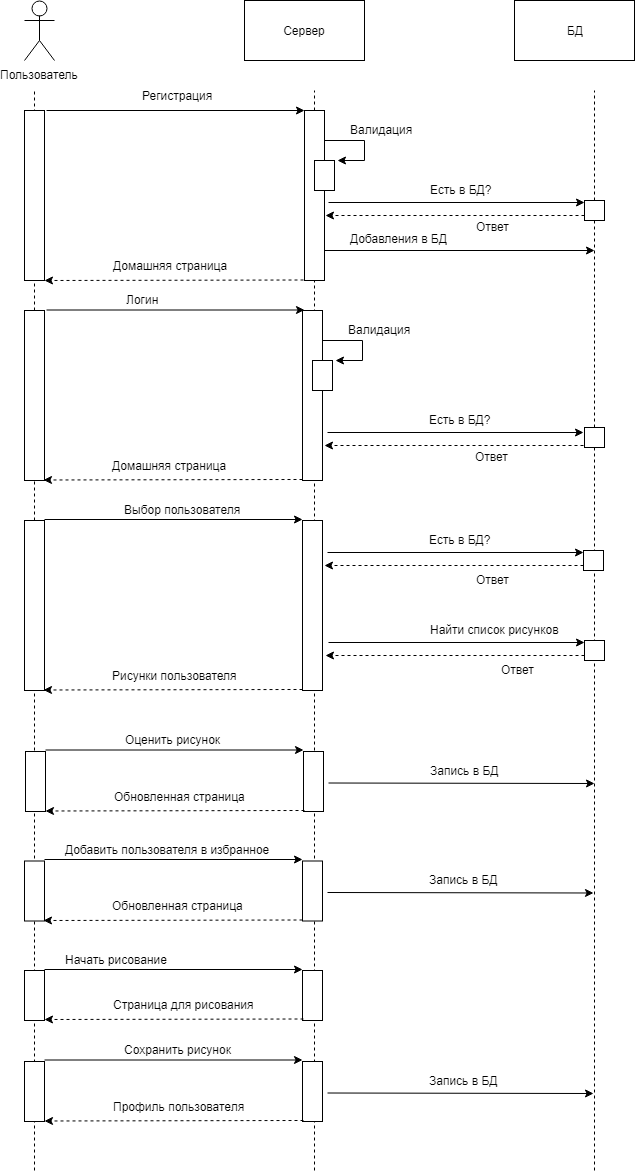
Earlier version of the draw.io export diagrams/sequence/sequence.png (ivancherniak/draw-and-watch). Source tidied: cells renumbered, new cells last; positions are measured from the earlier drawing's top-left corner, leaving out a move shared by most shapes.
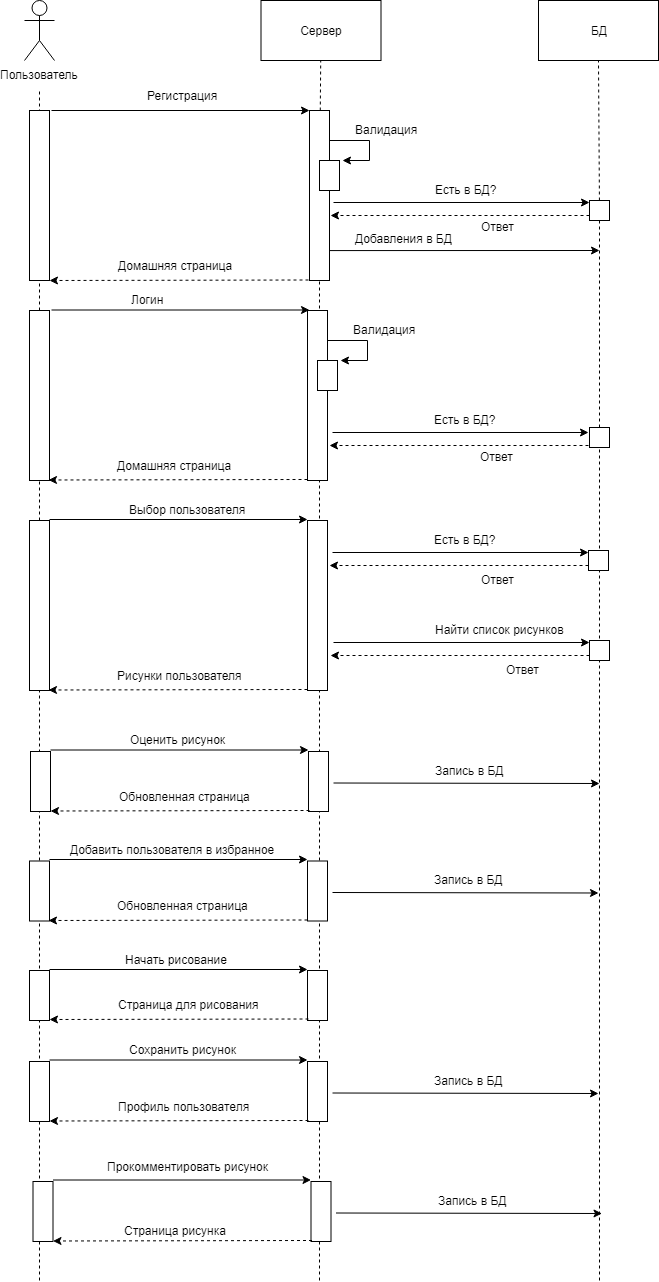
The same diagram one commit later.

The edit, as a diff of the source:
```diff
@@ -3,28 +3,24 @@
     <mxCell id="0" />
     <mxCell id="1" parent="0" />
     <mxCell id="2" value="Пользователь" style="shape=umlActor;verticalLabelPosition=bottom;labelBackgroundColor=#ffffff;verticalAlign=top;html=1;" parent="1" vertex="1">
-      <mxGeometry width="30" height="60" as="geometry" />
+      <mxGeometry x="-5" width="30" height="60" as="geometry" />
     </mxCell>
     <mxCell id="3" value="Сервер" style="rounded=0;whiteSpace=wrap;html=1;" parent="1" vertex="1">
-      <mxGeometry x="220" width="120" height="60" as="geometry" />
+      <mxGeometry x="231.5" width="120" height="60" as="geometry" />
     </mxCell>
     <mxCell id="4" value="БД" style="rounded=0;whiteSpace=wrap;html=1;" parent="1" vertex="1">
-      <mxGeometry x="490" width="120" height="60" as="geometry" />
+      <mxGeometry x="509" width="120" height="60" as="geometry" />
     </mxCell>
     <mxCell id="5" style="endArrow=none;dashed=1;html=1;" parent="1" edge="1" source="26">
       <mxGeometry relative="1" as="geometry">
         <mxPoint x="10" y="90" as="targetPoint" />
       </mxGeometry>
     </mxCell>
-    <mxCell id="6" style="endArrow=none;dashed=1;html=1;" parent="1" edge="1" source="10">
-      <mxGeometry relative="1" as="geometry">
-        <mxPoint x="290" y="90" as="targetPoint" />
-      </mxGeometry>
+    <mxCell id="6" style="endArrow=none;dashed=1;html=1;" parent="1" edge="1" source="10" target="3">
+      <mxGeometry relative="1" as="geometry" />
     </mxCell>
-    <mxCell id="7" style="endArrow=none;dashed=1;html=1;" parent="1" edge="1" source="13">
-      <mxGeometry relative="1" as="geometry">
-        <mxPoint x="570" y="90" as="targetPoint" />
-      </mxGeometry>
+    <mxCell id="7" style="endArrow=none;dashed=1;html=1;entryX=0.5;entryY=1;entryDx=0;entryDy=0;" parent="1" edge="1" source="13" target="4">
+      <mxGeometry relative="1" as="geometry" />
     </mxCell>
     <mxCell id="8" style="rounded=0;whiteSpace=wrap;html=1;" parent="1" vertex="1">
       <mxGeometry y="110" width="20" height="170" as="geometry" />
@@ -39,7 +35,7 @@
     </mxCell>
     <mxCell id="11" style="endArrow=none;dashed=1;html=1;" parent="1" edge="1" target="10">
       <mxGeometry relative="1" as="geometry">
-        <mxPoint x="290" y="1170" as="sourcePoint" />
+        <mxPoint x="290" y="1280" as="sourcePoint" />
       </mxGeometry>
     </mxCell>
     <mxCell id="12" value="Регистрация" style="text;html=1;align=left;verticalAlign=top;spacingTop=-4;" parent="1" vertex="1">
@@ -153,7 +149,7 @@
     </mxCell>
     <mxCell id="38" style="endArrow=none;dashed=1;html=1;" parent="1" edge="1" target="37">
       <mxGeometry relative="1" as="geometry">
-        <mxPoint x="570" y="1170" as="sourcePoint" />
+        <mxPoint x="570" y="1280" as="sourcePoint" />
       </mxGeometry>
     </mxCell>
     <mxCell id="39" style="endArrow=classic;html=1;exitX=0;exitY=0.75;exitDx=0;exitDy=0;dashed=1;" parent="1" edge="1">
@@ -173,7 +169,7 @@
     </mxCell>
     <mxCell id="43" style="endArrow=none;dashed=1;html=1;" parent="1" edge="1" target="42">
       <mxGeometry relative="1" as="geometry">
-        <mxPoint x="10" y="1170" as="sourcePoint" />
+        <mxPoint x="10" y="1280" as="sourcePoint" />
       </mxGeometry>
     </mxCell>
     <mxCell id="44" style="rounded=0;whiteSpace=wrap;html=1;" parent="1" vertex="1">
@@ -316,7 +312,7 @@
       </mxGeometry>
     </mxCell>
     <mxCell id="78" value="Начать рисование" style="text;html=1;align=left;verticalAlign=top;spacingTop=-4;" parent="1" vertex="1">
-      <mxGeometry x="39" y="950" width="120" height="20" as="geometry" />
+      <mxGeometry x="94" y="950" width="120" height="20" as="geometry" />
     </mxCell>
     <mxCell id="79" style="endArrow=classic;html=1;exitX=0;exitY=0.75;exitDx=0;exitDy=0;dashed=1;" parent="1" edge="1">
       <mxGeometry relative="1" as="geometry">
@@ -360,5 +356,38 @@
     <mxCell id="88" value="Профиль пользователя" style="text;html=1;align=left;verticalAlign=top;spacingTop=-4;" parent="1" vertex="1">
       <mxGeometry x="87" y="1096.5" width="150" height="20" as="geometry" />
     </mxCell>
+    <mxCell id="89" style="rounded=0;whiteSpace=wrap;html=1;" parent="1" vertex="1">
+      <mxGeometry x="3.5" y="1181" width="20" height="60" as="geometry" />
+    </mxCell>
+    <mxCell id="90" style="rounded=0;whiteSpace=wrap;html=1;" parent="1" vertex="1">
+      <mxGeometry x="281.5" y="1181" width="20" height="60" as="geometry" />
+    </mxCell>
+    <mxCell id="91" style="endArrow=classic;html=1;exitX=1.1;exitY=0;exitDx=0;exitDy=0;exitPerimeter=0;" parent="1" edge="1">
+      <mxGeometry relative="1" as="geometry">
+        <mxPoint x="23.5" y="1179.5" as="sourcePoint" />
+        <mxPoint x="281.5" y="1179.5" as="targetPoint" />
+      </mxGeometry>
+    </mxCell>
+    <mxCell id="92" value="Прокомментировать рисунок" style="text;html=1;align=left;verticalAlign=top;spacingTop=-4;" parent="1" vertex="1">
+      <mxGeometry x="75.5" y="1156.5" width="180" height="20" as="geometry" />
+    </mxCell>
+    <mxCell id="93" style="endArrow=classic;html=1;" parent="1" edge="1">
+      <mxGeometry relative="1" as="geometry">
+        <mxPoint x="306.5" y="1212.5" as="sourcePoint" />
+        <mxPoint x="572.5" y="1213" as="targetPoint" />
+      </mxGeometry>
+    </mxCell>
+    <mxCell id="94" value="Запись в БД" style="text;html=1;align=left;verticalAlign=top;spacingTop=-4;" parent="1" vertex="1">
+      <mxGeometry x="406.5" y="1190.5" width="80" height="20" as="geometry" />
+    </mxCell>
+    <mxCell id="95" style="endArrow=classic;html=1;exitX=0;exitY=0.75;exitDx=0;exitDy=0;dashed=1;" parent="1" edge="1">
+      <mxGeometry relative="1" as="geometry">
+        <mxPoint x="282.5" y="1240" as="sourcePoint" />
+        <mxPoint x="23.5" y="1240.5" as="targetPoint" />
+      </mxGeometry>
+    </mxCell>
+    <mxCell id="96" value="Страница рисунка" style="text;html=1;align=left;verticalAlign=top;spacingTop=-4;" parent="1" vertex="1">
+      <mxGeometry x="92.5" y="1221" width="120" height="20" as="geometry" />
+    </mxCell>
   </root>
 </mxGraphModel>
```
